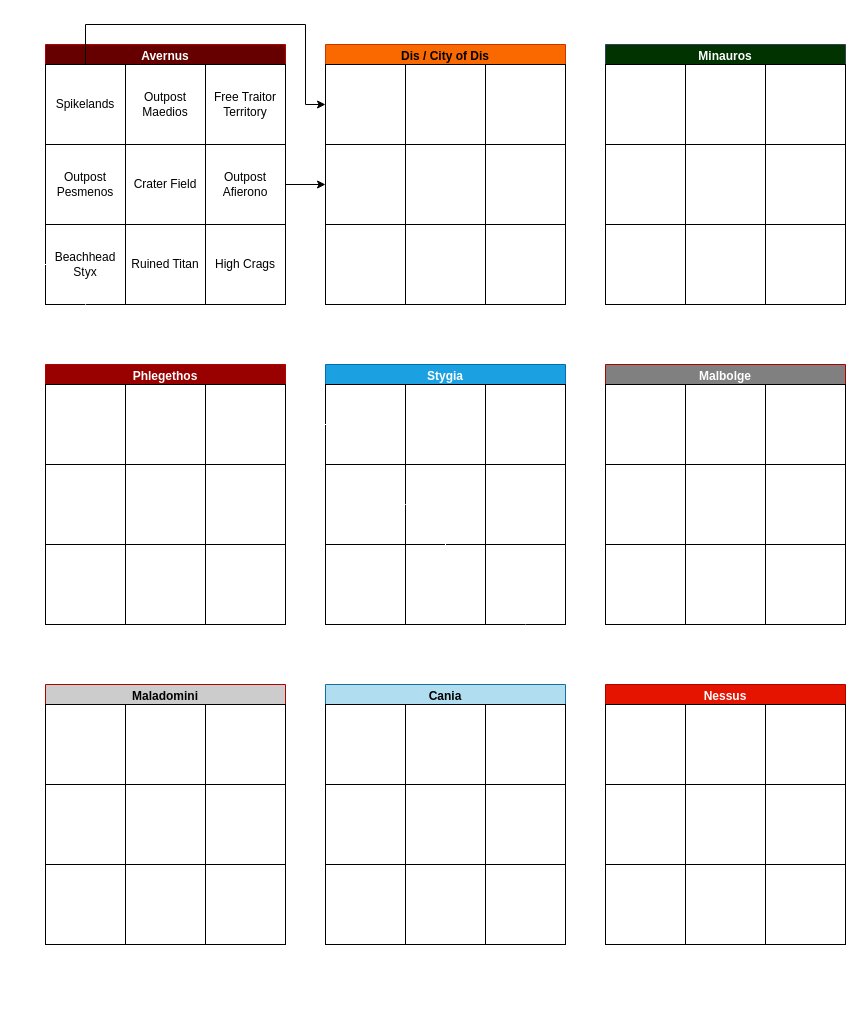
Before: MEDIA/SUPP/baatorMap.drawio in craftingcity/The-Known-World, a draw.io diagram. Source tidied: cells renumbered, new cells numbered last; positions are measured from the earlier drawing's top-left corner, leaving out a move shared by most shapes. Both pictures are drawn from the tidied source at 100%, with x=0, y=0 at pixel (25, 24).
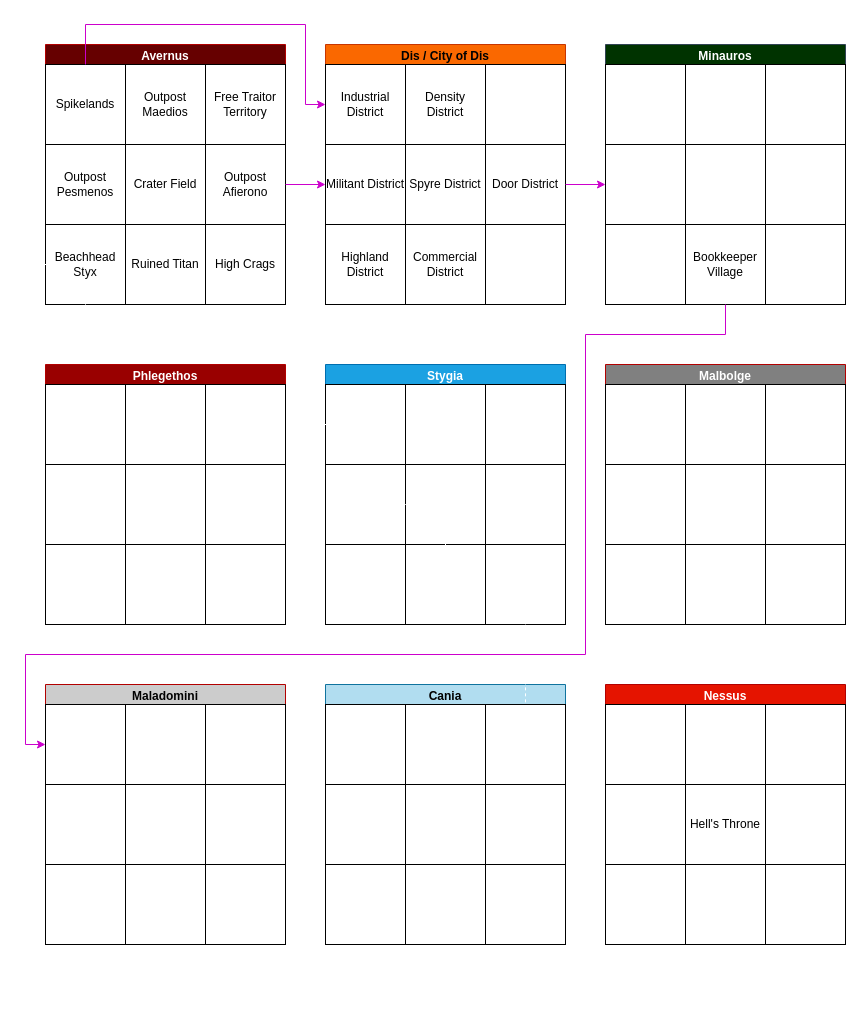
After the change.

The change refers to these unchanged cells:
```xml
<mxCell id="3" value="Spikelands" style="whiteSpace=wrap;html=1;" parent="2" vertex="1">
  <mxGeometry y="20" width="80" height="80" as="geometry" />
</mxCell>
<mxCell id="9" value="Outpost Afierono" style="whiteSpace=wrap;html=1;" parent="2" vertex="1">
  <mxGeometry x="160" y="100" width="80" height="80" as="geometry" />
</mxCell>
<mxCell id="12" value="Dis / City of Dis" style="swimlane;whiteSpace=wrap;html=1;fillColor=#fa6800;fontColor=#000000;strokeColor=#C73500;" parent="1" vertex="1">
  <mxGeometry x="300" y="20" width="240" height="260" as="geometry" />
</mxCell>
<mxCell id="22" value="Minauros" style="swimlane;whiteSpace=wrap;html=1;fillColor=#003300;fontColor=#ffffff;strokeColor=#314354;" parent="1" vertex="1">
  <mxGeometry x="580" y="20" width="240" height="260" as="geometry" />
</mxCell>
<mxCell id="26" style="whiteSpace=wrap;html=1;" parent="22" vertex="1">
  <mxGeometry y="100" width="80" height="80" as="geometry" />
</mxCell>
<mxCell id="63" style="whiteSpace=wrap;html=1;" parent="62" vertex="1">
  <mxGeometry y="20" width="80" height="80" as="geometry" />
</mxCell>
<mxCell id="82" value="Nessus" style="swimlane;whiteSpace=wrap;html=1;fillColor=#e51400;fontColor=#ffffff;strokeColor=#B20000;" parent="1" vertex="1">
  <mxGeometry x="580" y="660" width="240" height="260" as="geometry" />
</mxCell>
```

The edit, as a diff of the source:
```diff
@@
-    <mxCell id="13" style="whiteSpace=wrap;html=1;" parent="12" vertex="1">
+    <mxCell id="13" value="Industrial District" style="whiteSpace=wrap;html=1;" parent="12" vertex="1">
       <mxGeometry y="20" width="80" height="80" as="geometry" />
     </mxCell>
-    <mxCell id="14" style="whiteSpace=wrap;html=1;" parent="12" vertex="1">
+    <mxCell id="14" value="Density District" style="whiteSpace=wrap;html=1;" parent="12" vertex="1">
       <mxGeometry x="80" y="20" width="80" height="80" as="geometry" />
     </mxCell>
@@
-    <mxCell id="16" style="whiteSpace=wrap;html=1;" parent="12" vertex="1">
+    <mxCell id="16" value="Militant District" style="whiteSpace=wrap;html=1;" parent="12" vertex="1">
       <mxGeometry y="100" width="80" height="80" as="geometry" />
     </mxCell>
-    <mxCell id="17" style="whiteSpace=wrap;html=1;" parent="12" vertex="1">
+    <mxCell id="17" value="Highland District" style="whiteSpace=wrap;html=1;" parent="12" vertex="1">
       <mxGeometry y="180" width="80" height="80" as="geometry" />
     </mxCell>
-    <mxCell id="18" style="whiteSpace=wrap;html=1;" parent="12" vertex="1">
+    <mxCell id="18" value="Spyre District" style="whiteSpace=wrap;html=1;" parent="12" vertex="1">
       <mxGeometry x="80" y="100" width="80" height="80" as="geometry" />
     </mxCell>
-    <mxCell id="19" style="whiteSpace=wrap;html=1;" parent="12" vertex="1">
+    <mxCell id="19" value="Door District" style="whiteSpace=wrap;html=1;" parent="12" vertex="1">
       <mxGeometry x="160" y="100" width="80" height="80" as="geometry" />
     </mxCell>
-    <mxCell id="20" style="whiteSpace=wrap;html=1;" parent="12" vertex="1">
+    <mxCell id="20" value="Commercial District" style="whiteSpace=wrap;html=1;" parent="12" vertex="1">
       <mxGeometry x="80" y="180" width="80" height="80" as="geometry" />
     </mxCell>
@@
-    <mxCell id="30" style="whiteSpace=wrap;html=1;" parent="22" vertex="1">
+    <mxCell id="30" value="Bookkeeper Village" style="whiteSpace=wrap;html=1;" parent="22" vertex="1">
       <mxGeometry x="80" y="180" width="80" height="80" as="geometry" />
     </mxCell>
@@
-    <mxCell id="88" style="whiteSpace=wrap;html=1;" parent="82" vertex="1">
+    <mxCell id="88" value="Hell's Throne" style="whiteSpace=wrap;html=1;" parent="82" vertex="1">
       <mxGeometry x="80" y="100" width="80" height="80" as="geometry" />
     </mxCell>
@@
     <mxCell id="92" style="edgeStyle=orthogonalEdgeStyle;rounded=1;orthogonalLoop=1;jettySize=auto;html=1;curved=0;strokeColor=#FFFFFF;jumpStyle=none;dashed=1;startArrow=ERmany;startFill=0;" parent="1" edge="1">
       <mxGeometry relative="1" as="geometry">
         <mxPoint y="240" as="sourcePoint" />
-        <mxPoint x="570" y="630" as="targetPoint" />
+        <mxPoint x="560" y="970" as="targetPoint" />
         <Array as="points">
           <mxPoint x="60" y="240" />
           <mxPoint x="60" y="310" />
           <mxPoint x="280" y="310" />
           <mxPoint x="280" y="400" />
           <mxPoint x="340" y="400" />
           <mxPoint x="340" y="480" />
           <mxPoint x="420" y="480" />
           <mxPoint x="420" y="560" />
           <mxPoint x="500" y="560" />
-          <mxPoint x="500" y="630" />
+          <mxPoint x="500" y="710" />
+          <mxPoint x="560" y="710" />
         </Array>
       </mxGeometry>
     </mxCell>
-    <mxCell id="93" style="edgeStyle=orthogonalEdgeStyle;rounded=0;jettySize=auto;html=1;exitX=1;exitY=0.5;exitDx=0;exitDy=0;entryX=0;entryY=0.5;entryDx=0;entryDy=0;" parent="1" edge="1" source="9" target="16">
+    <mxCell id="93" style="edgeStyle=orthogonalEdgeStyle;rounded=0;jettySize=auto;html=1;exitX=1;exitY=0.5;exitDx=0;exitDy=0;entryX=0;entryY=0.5;entryDx=0;entryDy=0;strokeColor=#CC00CC;" parent="1" edge="1" source="9" target="16">
       <mxGeometry relative="1" as="geometry" />
     </mxCell>
-    <mxCell id="94" style="edgeStyle=orthogonalEdgeStyle;rounded=0;jettySize=auto;html=1;exitX=0.5;exitY=0;exitDx=0;exitDy=0;entryX=0;entryY=0.5;entryDx=0;entryDy=0;" parent="1" edge="1" source="3" target="13">
+    <mxCell id="94" style="edgeStyle=orthogonalEdgeStyle;rounded=0;jettySize=auto;html=1;exitX=0.5;exitY=0;exitDx=0;exitDy=0;entryX=0;entryY=0.5;entryDx=0;entryDy=0;strokeColor=#CC00CC;" parent="1" edge="1" source="3" target="13">
       <mxGeometry relative="1" as="geometry">
         <Array as="points">
           <mxPoint x="60" />
           <mxPoint x="280" />
           <mxPoint x="280" y="80" />
         </Array>
       </mxGeometry>
     </mxCell>
+    <mxCell id="95" style="edgeStyle=orthogonalEdgeStyle;rounded=0;jettySize=auto;html=1;exitX=1;exitY=0.5;exitDx=0;exitDy=0;entryX=0;entryY=0.5;entryDx=0;entryDy=0;strokeColor=#CC00CC;" parent="1" edge="1" source="19" target="26">
+      <mxGeometry relative="1" as="geometry" />
+    </mxCell>
+    <mxCell id="96" style="edgeStyle=orthogonalEdgeStyle;rounded=0;jettySize=auto;html=1;exitX=0.5;exitY=1;exitDx=0;exitDy=0;entryX=0;entryY=0.5;entryDx=0;entryDy=0;strokeColor=#CC00CC;" parent="1" edge="1" source="30" target="63">
+      <mxGeometry relative="1" as="geometry">
+        <Array as="points">
+          <mxPoint x="700" y="310" />
+          <mxPoint x="560" y="310" />
+          <mxPoint x="560" y="630" />
+          <mxPoint y="630" />
+          <mxPoint y="720" />
+        </Array>
+      </mxGeometry>
+    </mxCell>
```
